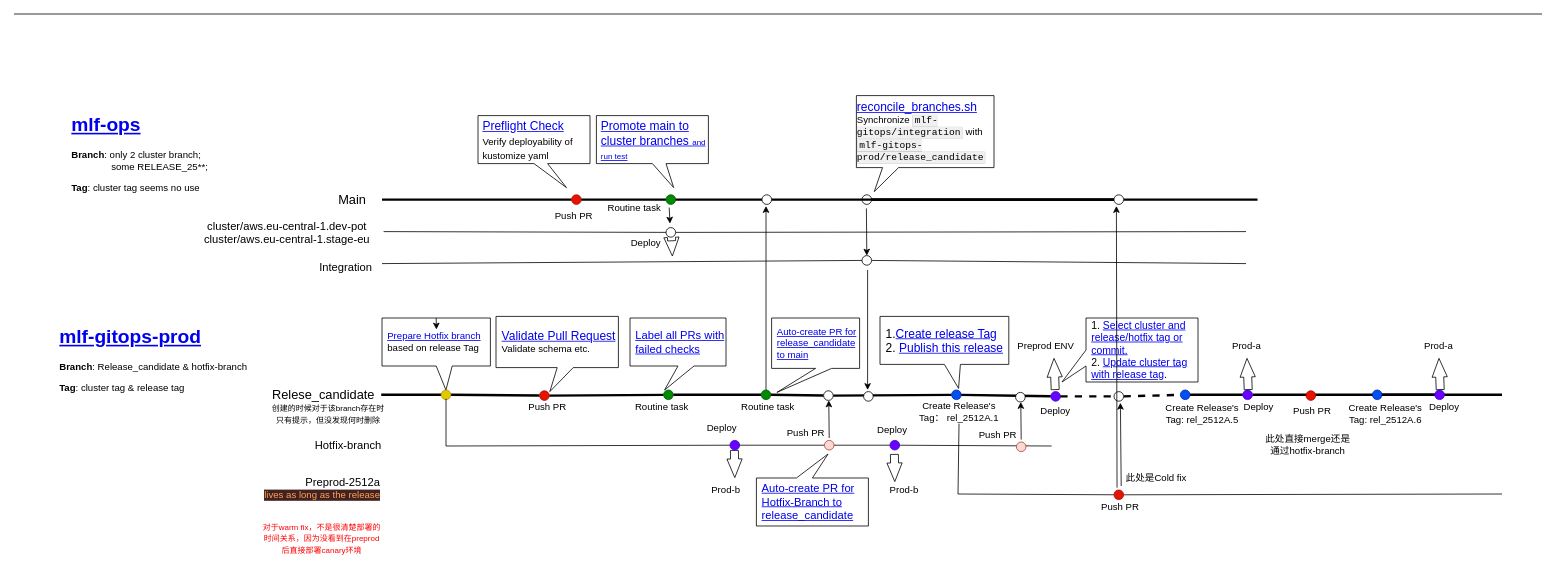
The draw.io diagram Drawio/AI Core release process.drawio in polark-bit/StudyGit, before the edit. Source tidied: cells renumbered, new cells numbered last; positions are measured from the earlier drawing's top-left corner, leaving out a move shared by most shapes. Both pictures are drawn from the tidied source at 80%, with x=0, y=0 at pixel (14, 14).
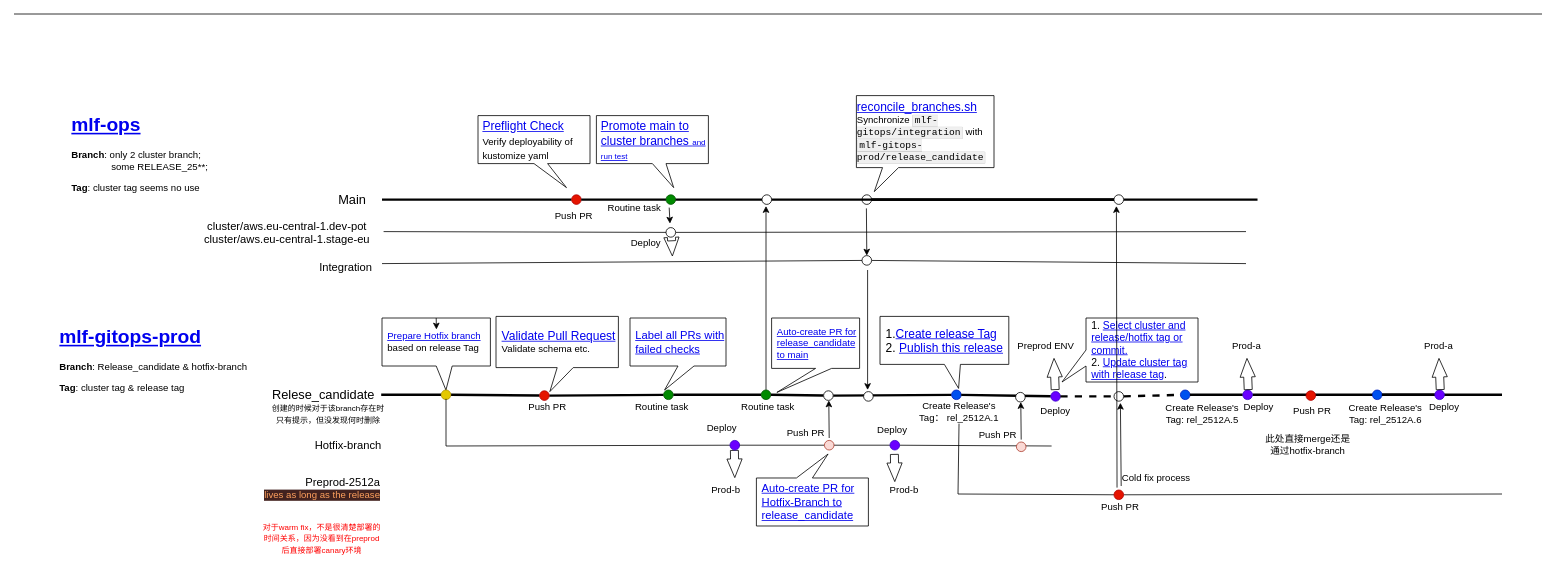
After the change.

Diff of the diagram source:
```diff
@@
-    <mxCell id="106" value="&lt;font style=&quot;color: light-dark(rgb(0, 0, 0), rgb(255, 0, 0));&quot;&gt;此处是Cold fix&lt;/font&gt;" style="text;html=1;whiteSpace=wrap;strokeColor=none;fillColor=none;align=center;verticalAlign=middle;rounded=0;fontFamily=Helvetica;fontSize=12;fontColor=default;" parent="1" vertex="1">
+    <mxCell id="106" value="&lt;font style=&quot;color: light-dark(rgb(0, 0, 0), rgb(255, 0, 0));&quot;&gt;Cold fix process&lt;/font&gt;" style="text;html=1;whiteSpace=wrap;strokeColor=none;fillColor=none;align=center;verticalAlign=middle;rounded=0;fontFamily=Helvetica;fontSize=12;fontColor=default;" parent="1" vertex="1">
       <mxGeometry x="1368" y="565" width="120" height="30" as="geometry" />
     </mxCell>
```
